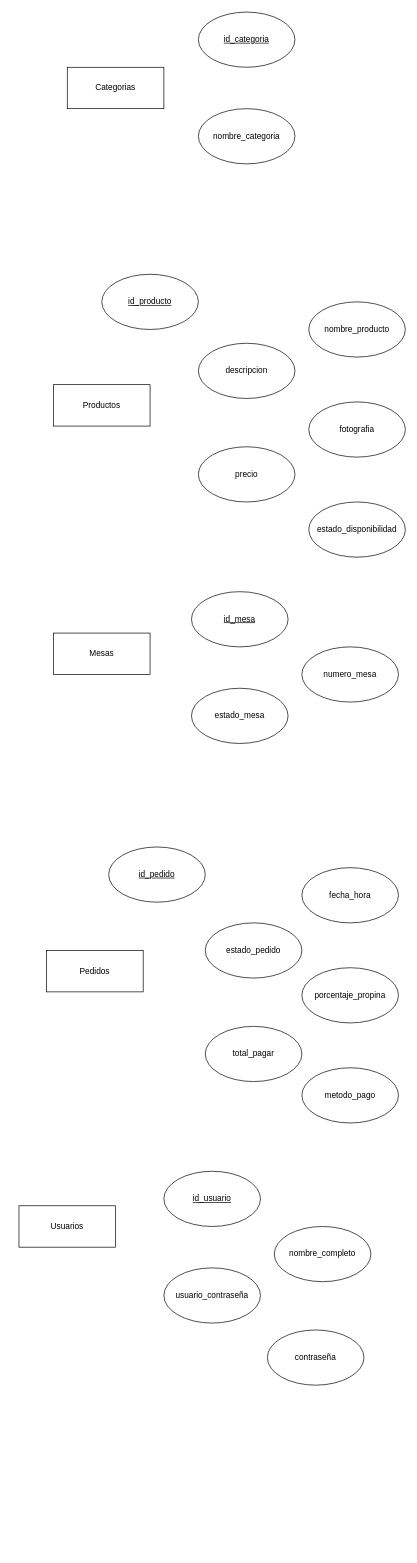
The draw.io diagram page "Página-4" (4 of 4) of Diagramas/DiagramaER.drawio in CanelaFeliz/ProyectoPPI115, before the edit. Source tidied: cells renumbered, new cells numbered last; positions are measured from the earlier drawing's top-left corner, leaving out a move shared by most shapes. Both pictures are drawn from the tidied source at 69%, with x=0, y=0 at pixel (19, 12).
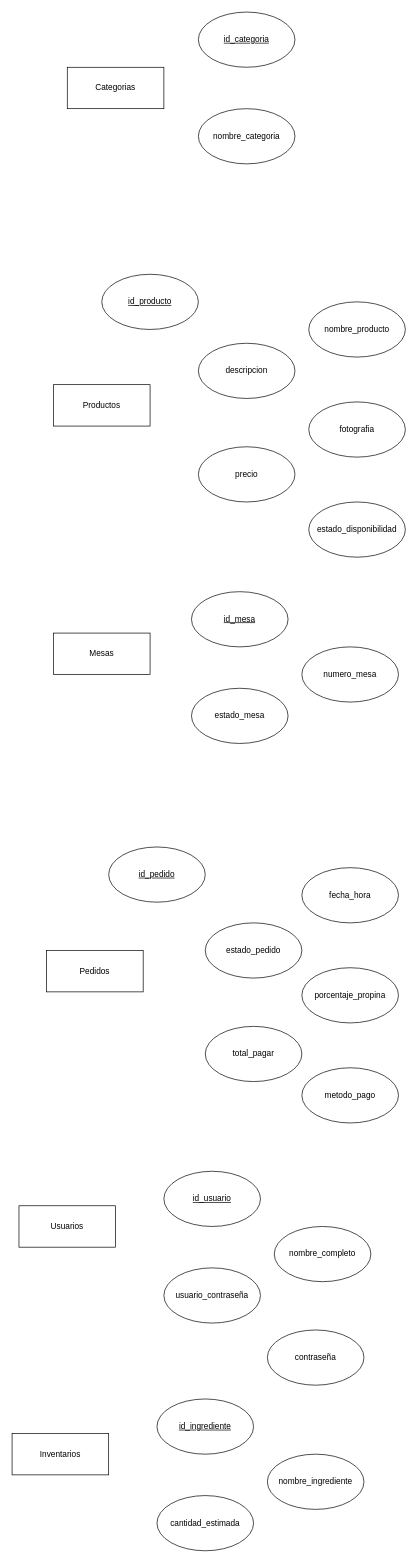
The same page after the edit.

Commit message:
se agrego inventarios

The edit, as a diff of the source:
```diff
@@
+    <mxCell id="28" value="&lt;u&gt;id_ingrediente&lt;/u&gt;" style="ellipse;whiteSpace=wrap;html=1;" parent="1" vertex="1">
+      <mxGeometry x="200" y="2010" width="140" height="80" as="geometry" />
+    </mxCell>
+    <mxCell id="29" value="nombre_ingrediente" style="ellipse;whiteSpace=wrap;html=1;" parent="1" vertex="1">
+      <mxGeometry x="360" y="2090" width="140" height="80" as="geometry" />
+    </mxCell>
+    <mxCell id="30" value="cantidad_estimada" style="ellipse;whiteSpace=wrap;html=1;" parent="1" vertex="1">
+      <mxGeometry x="200" y="2150" width="140" height="80" as="geometry" />
+    </mxCell>
+    <mxCell id="31" value="Inventarios" style="rounded=0;whiteSpace=wrap;html=1;" parent="1" vertex="1">
+      <mxGeometry x="-10" y="2060" width="140" height="60" as="geometry" />
+    </mxCell>
```
